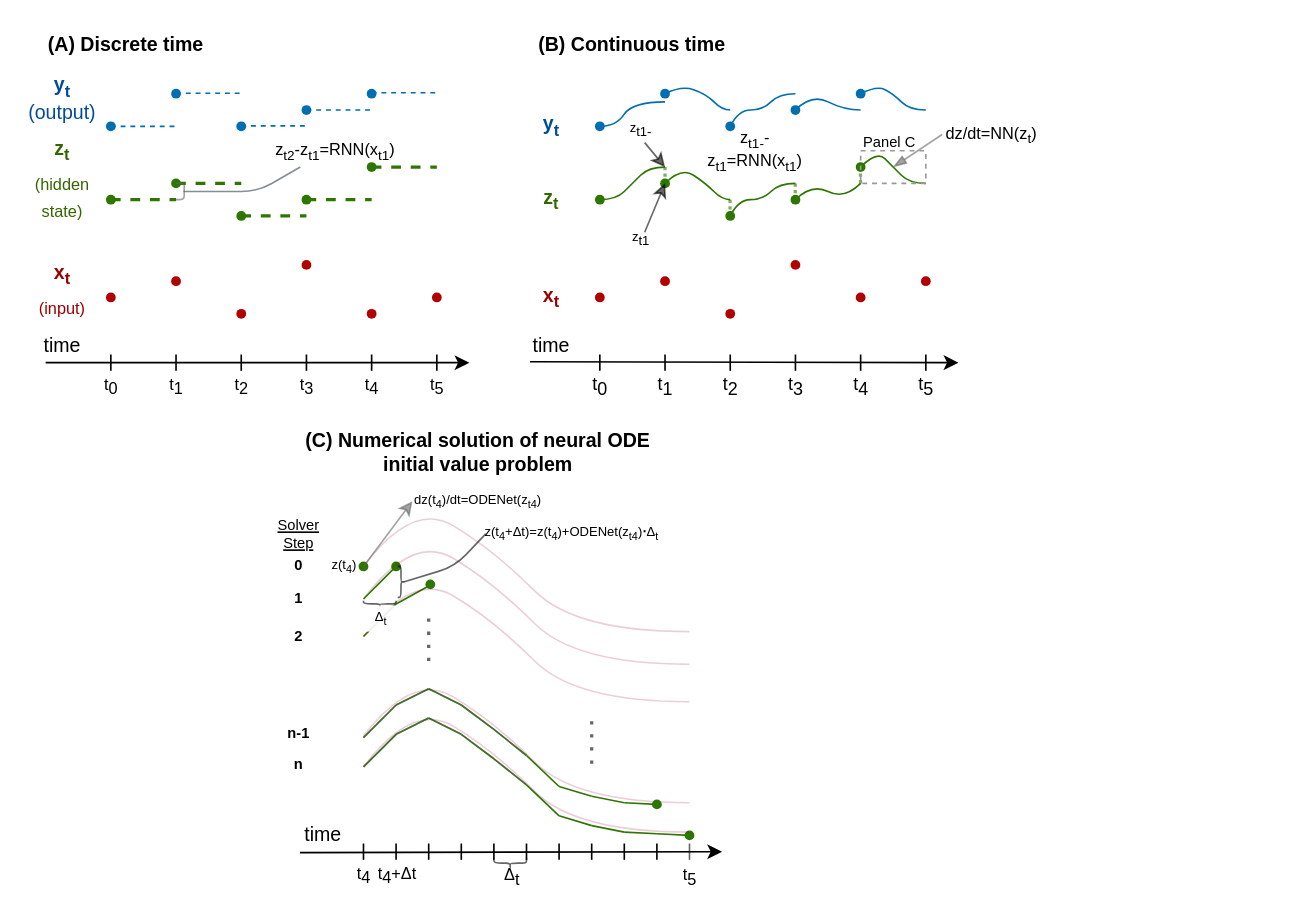
This is graph1.drawio from oizin/links, a draw.io file, before an edit. Source tidied: cells renumbered, new cells numbered last; positions are measured from the earlier drawing's top-left corner, leaving out a move shared by most shapes. Both pictures are drawn from the tidied source at 163%, with x=0, y=0 at pixel (29, 28).
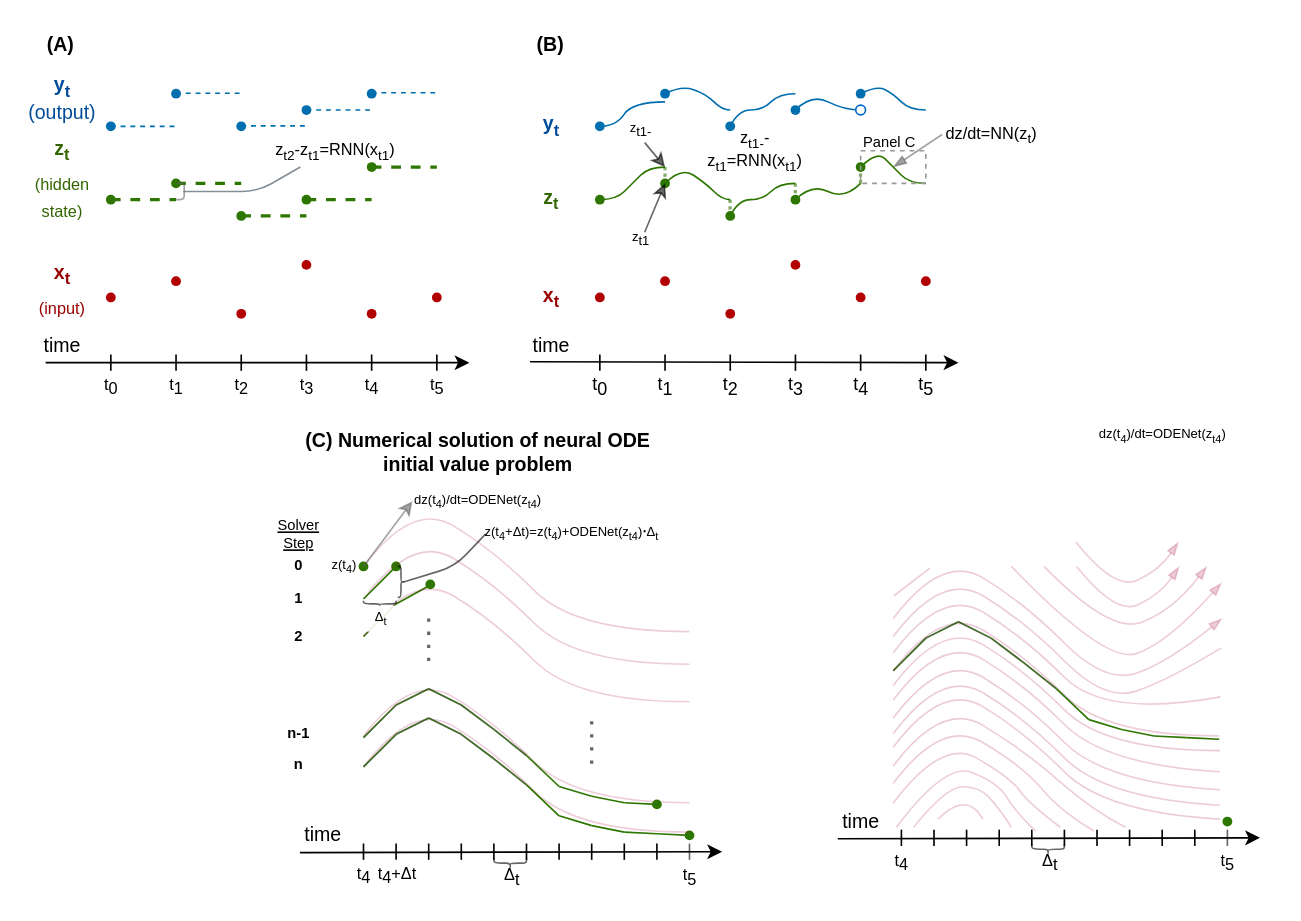
After the change.

Change to the diagram source:
```diff
@@
-    <mxCell id="7" style="endArrow=classic;html=1;endFill=1;exitX=0.25;exitY=1;exitDx=0;exitDy=0;" parent="1" edge="1" source="43">
+    <mxCell id="7" style="endArrow=classic;html=1;endFill=1;exitX=0.25;exitY=1;exitDx=0;exitDy=0;" parent="1" edge="1">
       <mxGeometry relative="1" as="geometry">
+        <mxPoint x="9.5" y="205" as="sourcePoint" />
         <mxPoint x="269.5" y="205" as="targetPoint" />
       </mxGeometry>
     </mxCell>
@@
-    <mxCell id="43" value="time" style="text;html=1;strokeColor=none;fillColor=none;align=center;verticalAlign=middle;whiteSpace=wrap;rounded=0;" parent="1" vertex="1">
-      <mxGeometry x="-0.5" y="185" width="40" height="20" as="geometry" />
-    </mxCell>
@@
-    <mxCell id="183" value="(A) Discrete time" style="text;html=1;strokeColor=none;fillColor=none;align=center;verticalAlign=middle;whiteSpace=wrap;rounded=0;dashed=1;fontSize=12;opacity=90;fontStyle=1;" parent="1" vertex="1">
-      <mxGeometry x="4.5" width="107.5" height="20" as="geometry" />
+    <mxCell id="183" value="(A)" style="text;html=1;strokeColor=none;fillColor=none;align=center;verticalAlign=middle;whiteSpace=wrap;rounded=0;dashed=1;fontSize=12;opacity=90;fontStyle=1;" parent="1" vertex="1">
+      <mxGeometry x="4.5" width="27.5" height="20" as="geometry" />
     </mxCell>
-    <mxCell id="184" value="(B) Continuous time" style="text;html=1;strokeColor=none;fillColor=none;align=center;verticalAlign=middle;whiteSpace=wrap;rounded=0;dashed=1;fontSize=12;opacity=90;fontStyle=1;" parent="1" vertex="1">
-      <mxGeometry x="305.5" width="126.5" height="20" as="geometry" />
+    <mxCell id="184" value="(B)" style="text;html=1;strokeColor=none;fillColor=none;align=center;verticalAlign=middle;whiteSpace=wrap;rounded=0;dashed=1;fontSize=12;opacity=90;fontStyle=1;" parent="1" vertex="1">
+      <mxGeometry x="304.2" width="30.5" height="20" as="geometry" />
     </mxCell>
@@
+    <mxCell id="188" style="ellipse;whiteSpace=wrap;html=1;strokeColor=#0066CC;" parent="1" vertex="1">
+      <mxGeometry x="506.5" y="47" width="6" height="6" as="geometry" />
+    </mxCell>
+    <mxCell id="43" value="time" style="text;html=1;strokeColor=none;fillColor=none;align=center;verticalAlign=middle;whiteSpace=wrap;rounded=0;" parent="1" vertex="1">
+      <mxGeometry x="-0.5" y="185" width="40" height="20" as="geometry" />
+    </mxCell>
+    <mxCell id="189" style="line;strokeWidth=1;direction=south;html=1;" parent="1" vertex="1">
+      <mxGeometry x="529.5" y="491.5" width="10" height="10" as="geometry" />
+    </mxCell>
+    <mxCell id="190" style="endArrow=none;html=1;fontSize=8;fontColor=#000000;strokeWidth=1;opacity=60;" parent="1" edge="1">
+      <mxGeometry relative="1" as="geometry">
+        <mxPoint x="734.5" y="501.5" as="sourcePoint" />
+        <mxPoint x="734.5" y="491.5" as="targetPoint" />
+      </mxGeometry>
+    </mxCell>
+    <mxCell id="191" style="line;strokeWidth=1;direction=south;html=1;" parent="1" vertex="1">
+      <mxGeometry x="549.5" y="491.5" width="10" height="10" as="geometry" />
+    </mxCell>
+    <mxCell id="192" style="line;strokeWidth=1;direction=south;html=1;" parent="1" vertex="1">
+      <mxGeometry x="564.5" y="491.5" width="20" height="10" as="geometry" />
+    </mxCell>
+    <mxCell id="193" style="line;strokeWidth=1;direction=south;html=1;" parent="1" vertex="1">
+      <mxGeometry x="584.5" y="491.5" width="20" height="10" as="geometry" />
+    </mxCell>
+    <mxCell id="194" style="line;strokeWidth=1;direction=south;html=1;" parent="1" vertex="1">
+      <mxGeometry x="604.5" y="491.5" width="20" height="10" as="geometry" />
+    </mxCell>
+    <mxCell id="195" style="line;strokeWidth=1;direction=south;html=1;" parent="1" vertex="1">
+      <mxGeometry x="624.5" y="491.5" width="20" height="10" as="geometry" />
+    </mxCell>
+    <mxCell id="196" style="line;strokeWidth=1;direction=south;html=1;" parent="1" vertex="1">
+      <mxGeometry x="644.5" y="491.5" width="20" height="10" as="geometry" />
+    </mxCell>
+    <mxCell id="197" style="line;strokeWidth=1;direction=south;html=1;" parent="1" vertex="1">
+      <mxGeometry x="664.5" y="491.5" width="20" height="10" as="geometry" />
+    </mxCell>
+    <mxCell id="198" style="line;strokeWidth=1;direction=south;html=1;" parent="1" vertex="1">
+      <mxGeometry x="684.5" y="491.5" width="20" height="10" as="geometry" />
+    </mxCell>
+    <mxCell id="199" style="line;strokeWidth=1;direction=south;html=1;" parent="1" vertex="1">
+      <mxGeometry x="704.5" y="491.5" width="20" height="10" as="geometry" />
+    </mxCell>
+    <mxCell id="200" style="shape=waypoint;sketch=0;fillStyle=solid;size=6;fillColor=#60a917;perimeter=centerPerimeter;fontSize=8;fontColor=#ffffff;strokeWidth=1;strokeColor=#2D7600;" parent="1" vertex="1">
+      <mxGeometry x="714.5" y="466.5" width="40" height="40" as="geometry" />
+    </mxCell>
+    <mxCell id="201" style="shape=curlyBracket;whiteSpace=wrap;html=1;rounded=1;fontSize=8;fontColor=#000000;strokeWidth=1;opacity=60;rotation=-90;" parent="1" vertex="1">
+      <mxGeometry x="621.5" y="493.5" width="6" height="20" as="geometry" />
+    </mxCell>
+    <mxCell id="202" value="&lt;span style=&quot;font-size: 10px;&quot;&gt;Δ&lt;sub style=&quot;font-size: 10px;&quot;&gt;t&lt;/sub&gt;&lt;/span&gt;" style="text;html=1;strokeColor=none;fillColor=none;align=center;verticalAlign=middle;whiteSpace=wrap;rounded=0;fontSize=10;fontColor=#000000;opacity=60;" parent="1" vertex="1">
+      <mxGeometry x="615.5" y="504.5" width="20" height="15" as="geometry" />
+    </mxCell>
+    <mxCell id="203" value="t&lt;sub style=&quot;font-size: 10px;&quot;&gt;4&lt;/sub&gt;" style="text;html=1;strokeColor=none;fillColor=none;align=center;verticalAlign=middle;whiteSpace=wrap;rounded=0;fontSize=10;fontColor=#000000;opacity=60;" parent="1" vertex="1">
+      <mxGeometry x="514.5" y="501.5" width="40" height="20" as="geometry" />
+    </mxCell>
+    <mxCell id="204" value="t&lt;sub style=&quot;font-size: 10px;&quot;&gt;5&lt;/sub&gt;" style="text;html=1;strokeColor=none;fillColor=none;align=center;verticalAlign=middle;whiteSpace=wrap;rounded=0;fontSize=10;fontColor=#000000;opacity=60;" parent="1" vertex="1">
+      <mxGeometry x="714.5" y="502" width="40" height="20" as="geometry" />
+    </mxCell>
+    <mxCell id="205" value="&lt;span&gt;dz&lt;/span&gt;(t&lt;sub&gt;4&lt;/sub&gt;)/dt=&lt;span&gt;ODENet(z&lt;sub&gt;t4&lt;/sub&gt;)&lt;/span&gt;&lt;span class=&quot;ILfuVd&quot;&gt;&lt;span class=&quot;hgKElc&quot;&gt;&lt;/span&gt;&lt;/span&gt;&lt;span&gt;&lt;span&gt;&lt;/span&gt;&lt;/span&gt;" style="text;html=1;strokeColor=none;fillColor=none;align=center;verticalAlign=middle;whiteSpace=wrap;rounded=0;fontSize=8;fontColor=#000000;opacity=60;" parent="1" vertex="1">
+      <mxGeometry x="649.5" y="240" width="90" height="20" as="geometry" />
+    </mxCell>
+    <mxCell id="206" style="curved=1;endArrow=none;html=1;fontSize=8;fontColor=#000000;strokeWidth=1;opacity=20;endFill=0;fillColor=#d80073;strokeColor=#A50040;" parent="1" edge="1">
+      <mxGeometry x="547.5" y="446" as="geometry">
+        <mxPoint x="529.5" y="394" as="sourcePoint" />
+        <mxPoint x="729.5" y="434" as="targetPoint" />
+        <Array as="points">
+          <mxPoint x="559.5" y="354" />
+          <mxPoint x="609.5" y="384" />
+          <mxPoint x="659.5" y="434" />
+        </Array>
+      </mxGeometry>
+    </mxCell>
+    <mxCell id="207" style="endArrow=none;html=1;fontSize=8;fontColor=#000000;strokeWidth=1;opacity=60;" parent="1" edge="1">
+      <mxGeometry x="547.5" y="446" as="geometry">
+        <mxPoint x="529.5" y="394" as="sourcePoint" />
+        <mxPoint x="549.5" y="374" as="targetPoint" />
+      </mxGeometry>
+    </mxCell>
+    <mxCell id="208" style="endArrow=none;html=1;fontSize=8;fontColor=#000000;strokeWidth=1;opacity=60;" parent="1" edge="1">
+      <mxGeometry x="547.5" y="446" as="geometry">
+        <mxPoint x="549.5" y="374" as="sourcePoint" />
+        <mxPoint x="569.5" y="364" as="targetPoint" />
+      </mxGeometry>
+    </mxCell>
+    <mxCell id="209" style="endArrow=none;html=1;fontSize=8;fontColor=#000000;strokeWidth=1;opacity=60;" parent="1" edge="1">
+      <mxGeometry x="547.5" y="446" as="geometry">
+        <mxPoint x="569.5" y="364" as="sourcePoint" />
+        <mxPoint x="589.5" y="374" as="targetPoint" />
+      </mxGeometry>
+    </mxCell>
+    <mxCell id="210" style="endArrow=none;html=1;fontSize=8;fontColor=#000000;strokeWidth=1;opacity=60;" parent="1" edge="1">
+      <mxGeometry x="547.5" y="446" as="geometry">
+        <mxPoint x="589.5" y="374" as="sourcePoint" />
+        <mxPoint x="609.5" y="389" as="targetPoint" />
+      </mxGeometry>
+    </mxCell>
+    <mxCell id="211" style="endArrow=none;html=1;fontSize=8;fontColor=#000000;strokeWidth=1;opacity=60;" parent="1" edge="1">
+      <mxGeometry x="547.5" y="446" as="geometry">
+        <mxPoint x="609.5" y="389" as="sourcePoint" />
+        <mxPoint x="629.5" y="405" as="targetPoint" />
+      </mxGeometry>
+    </mxCell>
+    <mxCell id="212" style="endArrow=none;html=1;fontSize=8;fontColor=#000000;strokeWidth=1;fillColor=#60a917;strokeColor=#2D7600;" parent="1" edge="1">
+      <mxGeometry x="547.5" y="446" as="geometry">
+        <mxPoint x="629.5" y="405" as="sourcePoint" />
+        <mxPoint x="649.5" y="424" as="targetPoint" />
+      </mxGeometry>
+    </mxCell>
+    <mxCell id="213" style="endArrow=none;html=1;fontSize=8;fontColor=#000000;strokeWidth=1;fillColor=#60a917;strokeColor=#2D7600;" parent="1" edge="1">
+      <mxGeometry x="547.5" y="446" as="geometry">
+        <mxPoint x="649.5" y="424" as="sourcePoint" />
+        <mxPoint x="669.5" y="430" as="targetPoint" />
+      </mxGeometry>
+    </mxCell>
+    <mxCell id="214" style="endArrow=none;html=1;fontSize=8;fontColor=#000000;strokeWidth=1;fillColor=#60a917;strokeColor=#2D7600;" parent="1" edge="1">
+      <mxGeometry x="547.5" y="446" as="geometry">
+        <mxPoint x="669.5" y="430" as="sourcePoint" />
+        <mxPoint x="689.5" y="434" as="targetPoint" />
+      </mxGeometry>
+    </mxCell>
+    <mxCell id="215" style="endArrow=none;html=1;fontSize=8;fontColor=#000000;strokeWidth=1;fillColor=#60a917;strokeColor=#2D7600;" parent="1" edge="1">
+      <mxGeometry x="547.5" y="446" as="geometry">
+        <mxPoint x="689.5" y="434" as="sourcePoint" />
+        <mxPoint x="709.5" y="435" as="targetPoint" />
+      </mxGeometry>
+    </mxCell>
+    <mxCell id="216" style="endArrow=none;html=1;fontSize=8;fontColor=#000000;strokeWidth=1;fillColor=#60a917;strokeColor=#2D7600;" parent="1" edge="1">
+      <mxGeometry x="547.5" y="446" as="geometry">
+        <mxPoint x="709.5" y="435" as="sourcePoint" />
+        <mxPoint x="729.5" y="436" as="targetPoint" />
+      </mxGeometry>
+    </mxCell>
+    <mxCell id="217" style="endArrow=none;html=1;fontSize=8;fontColor=#000000;strokeWidth=1;opacity=60;fillColor=#60a917;strokeColor=#2D7600;" parent="1" edge="1">
+      <mxGeometry x="547.5" y="446" as="geometry">
+        <mxPoint x="529.5" y="394" as="sourcePoint" />
+        <mxPoint x="549.5" y="374" as="targetPoint" />
+      </mxGeometry>
+    </mxCell>
+    <mxCell id="218" style="endArrow=none;html=1;fontSize=8;fontColor=#000000;strokeWidth=1;opacity=60;fillColor=#60a917;strokeColor=#2D7600;" parent="1" edge="1">
+      <mxGeometry x="547.5" y="446" as="geometry">
+        <mxPoint x="549.5" y="374" as="sourcePoint" />
+        <mxPoint x="569.5" y="364" as="targetPoint" />
+      </mxGeometry>
+    </mxCell>
+    <mxCell id="219" style="endArrow=none;html=1;fontSize=8;fontColor=#000000;strokeWidth=1;opacity=60;fillColor=#60a917;strokeColor=#2D7600;" parent="1" edge="1">
+      <mxGeometry x="547.5" y="446" as="geometry">
+        <mxPoint x="569.5" y="364" as="sourcePoint" />
+        <mxPoint x="589.5" y="374" as="targetPoint" />
+      </mxGeometry>
+    </mxCell>
+    <mxCell id="220" style="endArrow=none;html=1;fontSize=8;fontColor=#000000;strokeWidth=1;opacity=60;fillColor=#60a917;strokeColor=#2D7600;" parent="1" edge="1">
+      <mxGeometry x="547.5" y="446" as="geometry">
+        <mxPoint x="589.5" y="374" as="sourcePoint" />
+        <mxPoint x="609.5" y="389" as="targetPoint" />
+      </mxGeometry>
+    </mxCell>
+    <mxCell id="221" style="endArrow=none;html=1;fontSize=8;fontColor=#000000;strokeWidth=1;opacity=60;fillColor=#60a917;strokeColor=#2D7600;" parent="1" edge="1">
+      <mxGeometry x="547.5" y="446" as="geometry">
+        <mxPoint x="609.5" y="389" as="sourcePoint" />
+        <mxPoint x="629.5" y="405" as="targetPoint" />
+      </mxGeometry>
+    </mxCell>
+    <mxCell id="222" style="endArrow=classic;html=1;endFill=1;exitX=0.15;exitY=1.029;exitDx=0;exitDy=0;exitPerimeter=0;" parent="1" edge="1" source="223">
+      <mxGeometry relative="1" as="geometry">
+        <mxPoint x="754.5" y="496.5" as="targetPoint" />
+      </mxGeometry>
+    </mxCell>
+    <mxCell id="223" value="time" style="text;html=1;strokeColor=none;fillColor=none;align=center;verticalAlign=middle;whiteSpace=wrap;rounded=0;" parent="1" vertex="1">
+      <mxGeometry x="489.5" y="476.5" width="40" height="20" as="geometry" />
+    </mxCell>
+    <mxCell id="224" style="curved=1;endArrow=none;html=1;fontSize=8;fontColor=#000000;strokeWidth=1;opacity=20;endFill=0;fillColor=#d80073;strokeColor=#A50040;" parent="1" edge="1">
+      <mxGeometry x="547.5" y="455" as="geometry">
+        <mxPoint x="529.5" y="403" as="sourcePoint" />
+        <mxPoint x="730" y="443" as="targetPoint" />
+        <Array as="points">
+          <mxPoint x="559.5" y="363" />
+          <mxPoint x="609.5" y="393" />
+          <mxPoint x="659.5" y="443" />
+        </Array>
+      </mxGeometry>
+    </mxCell>
+    <mxCell id="225" style="curved=1;endArrow=none;html=1;fontSize=8;fontColor=#000000;strokeWidth=1;opacity=20;endFill=0;fillColor=#d80073;strokeColor=#A50040;" parent="1" edge="1">
+      <mxGeometry x="547.5" y="464" as="geometry">
+        <mxPoint x="529.5" y="412" as="sourcePoint" />
+        <mxPoint x="730" y="456" as="targetPoint" />
+        <Array as="points">
+          <mxPoint x="559.5" y="372" />
+          <mxPoint x="609.5" y="402" />
+          <mxPoint x="659.5" y="452" />
+        </Array>
+      </mxGeometry>
+    </mxCell>
+    <mxCell id="226" style="curved=1;endArrow=none;html=1;fontSize=8;fontColor=#000000;strokeWidth=1;opacity=20;endFill=0;fillColor=#d80073;strokeColor=#A50040;" parent="1" edge="1">
+      <mxGeometry x="547.5" y="435" as="geometry">
+        <mxPoint x="529.5" y="383" as="sourcePoint" />
+        <mxPoint x="730.2" y="410" as="targetPoint" />
+        <Array as="points">
+          <mxPoint x="559.5" y="343" />
+          <mxPoint x="609.5" y="373" />
+          <mxPoint x="659.5" y="423" />
+        </Array>
+      </mxGeometry>
+    </mxCell>
+    <mxCell id="227" style="curved=1;endArrow=none;html=1;fontSize=8;fontColor=#000000;strokeWidth=1;opacity=20;endFill=0;fillColor=#d80073;strokeColor=#A50040;" parent="1" edge="1">
+      <mxGeometry x="547.5" y="425" as="geometry">
+        <mxPoint x="529.5" y="373" as="sourcePoint" />
+        <mxPoint x="730.8" y="380" as="targetPoint" />
+        <Array as="points">
+          <mxPoint x="559.5" y="333" />
+          <mxPoint x="609.5" y="363" />
+          <mxPoint x="659.5" y="413" />
+          <mxPoint x="697.8" y="400" />
+        </Array>
+      </mxGeometry>
+    </mxCell>
+    <mxCell id="228" style="curved=1;endArrow=blockThin;html=1;fontSize=8;fontColor=#000000;strokeWidth=1;opacity=20;endFill=1;fillColor=#d80073;strokeColor=#A50040;" parent="1" edge="1">
+      <mxGeometry x="547.5" y="414" as="geometry">
+        <mxPoint x="529.5" y="362" as="sourcePoint" />
+        <mxPoint x="731.2" y="362" as="targetPoint" />
+        <Array as="points">
+          <mxPoint x="559.5" y="322" />
+          <mxPoint x="609.5" y="352" />
+          <mxPoint x="659.5" y="402" />
+          <mxPoint x="697.8" y="389" />
+        </Array>
+      </mxGeometry>
+    </mxCell>
+    <mxCell id="229" style="curved=1;endArrow=none;html=1;fontSize=8;fontColor=#000000;strokeWidth=1;opacity=20;endFill=0;fillColor=#d80073;strokeColor=#A50040;" parent="1" edge="1">
+      <mxGeometry x="547.5" y="475" as="geometry">
+        <mxPoint x="529.5" y="423" as="sourcePoint" />
+        <mxPoint x="730" y="467" as="targetPoint" />
+        <Array as="points">
+          <mxPoint x="559.5" y="383" />
+          <mxPoint x="609.5" y="413" />
+          <mxPoint x="659.5" y="463" />
+        </Array>
+      </mxGeometry>
+    </mxCell>
+    <mxCell id="230" style="curved=1;endArrow=none;html=1;fontSize=8;fontColor=#000000;strokeWidth=1;opacity=20;endFill=0;fillColor=#d80073;strokeColor=#A50040;" parent="1" edge="1">
+      <mxGeometry x="547.5" y="484.5" as="geometry">
+        <mxPoint x="529.5" y="432.5" as="sourcePoint" />
+        <mxPoint x="730" y="476.5" as="targetPoint" />
+        <Array as="points">
+          <mxPoint x="559.5" y="392.5" />
+          <mxPoint x="609.5" y="422.5" />
+          <mxPoint x="659.5" y="472.5" />
+        </Array>
+      </mxGeometry>
+    </mxCell>
+    <mxCell id="231" style="curved=1;endArrow=none;html=1;fontSize=8;fontColor=#000000;strokeWidth=1;opacity=20;endFill=0;fillColor=#d80073;strokeColor=#A50040;" parent="1" edge="1">
+      <mxGeometry x="547.5" y="493" as="geometry">
+        <mxPoint x="529.5" y="441" as="sourcePoint" />
+        <mxPoint x="730" y="485" as="targetPoint" />
+        <Array as="points">
+          <mxPoint x="559.5" y="401" />
+          <mxPoint x="609.5" y="431" />
+          <mxPoint x="659.5" y="481" />
+        </Array>
+      </mxGeometry>
+    </mxCell>
+    <mxCell id="232" style="curved=1;endArrow=none;html=1;fontSize=8;fontColor=#000000;strokeWidth=1;opacity=20;endFill=0;fillColor=#d80073;strokeColor=#A50040;" parent="1" edge="1">
+      <mxGeometry x="547.5" y="504.5" as="geometry">
+        <mxPoint x="529.5" y="452.5" as="sourcePoint" />
+        <mxPoint x="672" y="490" as="targetPoint" />
+        <Array as="points">
+          <mxPoint x="559.5" y="412.5" />
+          <mxPoint x="609.5" y="442.5" />
+          <mxPoint x="652" y="480" />
+        </Array>
+      </mxGeometry>
+    </mxCell>
+    <mxCell id="233" style="curved=1;endArrow=none;html=1;fontSize=8;fontColor=#000000;strokeWidth=1;opacity=20;endFill=0;fillColor=#d80073;strokeColor=#A50040;entryX=0.078;entryY=0.594;entryDx=0;entryDy=0;entryPerimeter=0;" parent="1" edge="1" target="196">
+      <mxGeometry x="547.5" y="515" as="geometry">
+        <mxPoint x="529.5" y="463" as="sourcePoint" />
+        <Array as="points">
+          <mxPoint x="559.5" y="423" />
+          <mxPoint x="609.5" y="453" />
+          <mxPoint x="632" y="480" />
+        </Array>
+      </mxGeometry>
+    </mxCell>
+    <mxCell id="234" style="curved=1;endArrow=none;html=1;fontSize=8;fontColor=#000000;strokeWidth=1;opacity=20;endFill=0;fillColor=#d80073;strokeColor=#A50040;" parent="1" edge="1">
+      <mxGeometry x="547.5" y="527.2" as="geometry">
+        <mxPoint x="529.5" y="475.2" as="sourcePoint" />
+        <mxPoint x="632" y="490" as="targetPoint" />
+        <Array as="points">
+          <mxPoint x="559.5" y="435.2" />
+          <mxPoint x="602" y="460" />
+          <mxPoint x="612" y="475" />
+        </Array>
+      </mxGeometry>
+    </mxCell>
+    <mxCell id="235" style="curved=1;endArrow=none;html=1;fontSize=8;fontColor=#000000;strokeWidth=1;opacity=20;endFill=0;fillColor=#d80073;strokeColor=#A50040;entryX=0.078;entryY=0.384;entryDx=0;entryDy=0;entryPerimeter=0;" parent="1" edge="1" target="194">
+      <mxGeometry x="549.5" y="542" as="geometry">
+        <mxPoint x="531.5" y="490" as="sourcePoint" />
+        <Array as="points">
+          <mxPoint x="561.5" y="450" />
+          <mxPoint x="594" y="462.8" />
+          <mxPoint x="604" y="480" />
+        </Array>
+      </mxGeometry>
+    </mxCell>
+    <mxCell id="236" style="curved=1;endArrow=none;html=1;fontSize=8;fontColor=#000000;strokeWidth=1;opacity=20;endFill=0;fillColor=#d80073;strokeColor=#A50040;" parent="1" edge="1">
+      <mxGeometry x="549.8" y="557.4" as="geometry">
+        <mxPoint x="542" y="490" as="sourcePoint" />
+        <mxPoint x="602" y="490" as="targetPoint" />
+        <Array as="points">
+          <mxPoint x="561.8" y="465.4" />
+          <mxPoint x="582" y="465" />
+          <mxPoint x="594.3" y="478.1" />
+        </Array>
+      </mxGeometry>
+    </mxCell>
+    <mxCell id="237" style="curved=1;endArrow=none;html=1;fontSize=8;fontColor=#000000;strokeWidth=1;opacity=20;endFill=0;fillColor=#d80073;strokeColor=#A50040;" parent="1" edge="1">
+      <mxGeometry x="554.8" y="564.4" as="geometry">
+        <mxPoint x="557" y="485" as="sourcePoint" />
+        <mxPoint x="584.5" y="485" as="targetPoint" />
+        <Array as="points">
+          <mxPoint x="574.5" y="467.4" />
+        </Array>
+      </mxGeometry>
+    </mxCell>
+    <mxCell id="238" style="curved=1;endArrow=blockThin;html=1;fontSize=8;fontColor=#000000;strokeWidth=1;opacity=20;endFill=1;fillColor=#d80073;strokeColor=#A50040;" parent="1" edge="1">
+      <mxGeometry x="547.5" y="402" as="geometry">
+        <mxPoint x="602" y="330" as="sourcePoint" />
+        <mxPoint x="731" y="340" as="targetPoint" />
+        <Array as="points">
+          <mxPoint x="659.5" y="390" />
+          <mxPoint x="697.8" y="377" />
+        </Array>
+      </mxGeometry>
+    </mxCell>
+    <mxCell id="239" style="curved=1;endArrow=none;html=1;fontSize=8;fontColor=#000000;strokeWidth=1;opacity=20;endFill=0;fillColor=#d80073;strokeColor=#A50040;" parent="1" edge="1">
+      <mxGeometry x="527.3" y="427.6" as="geometry">
+        <mxPoint x="530" y="348" as="sourcePoint" />
+        <mxPoint x="552" y="331" as="targetPoint" />
+      </mxGeometry>
+    </mxCell>
+    <mxCell id="240" style="curved=1;endArrow=blockThin;html=1;fontSize=8;fontColor=#000000;strokeWidth=1;opacity=20;endFill=1;fillColor=#d80073;strokeColor=#A50040;" parent="1" edge="1">
+      <mxGeometry x="550" y="383" as="geometry">
+        <mxPoint x="622" y="330" as="sourcePoint" />
+        <mxPoint x="722" y="330" as="targetPoint" />
+        <Array as="points">
+          <mxPoint x="662" y="371" />
+          <mxPoint x="700.2" y="358" />
+        </Array>
+      </mxGeometry>
+    </mxCell>
+    <mxCell id="241" style="curved=1;endArrow=blockThin;html=1;fontSize=8;fontColor=#000000;strokeWidth=1;opacity=20;endFill=1;fillColor=#d80073;strokeColor=#A50040;" parent="1" edge="1">
+      <mxGeometry x="554" y="372" as="geometry">
+        <mxPoint x="642" y="330" as="sourcePoint" />
+        <mxPoint x="705" y="330" as="targetPoint" />
+        <Array as="points">
+          <mxPoint x="666" y="360" />
+          <mxPoint x="693.5" y="347" />
+        </Array>
+      </mxGeometry>
+    </mxCell>
+    <mxCell id="242" style="curved=1;endArrow=blockThin;html=1;fontSize=8;fontColor=#000000;strokeWidth=1;opacity=20;endFill=1;fillColor=#d80073;strokeColor=#A50040;" parent="1" edge="1">
+      <mxGeometry x="553.5" y="357" as="geometry">
+        <mxPoint x="641.5" y="315" as="sourcePoint" />
+        <mxPoint x="704.5" y="315" as="targetPoint" />
+        <Array as="points">
+          <mxPoint x="665.5" y="345" />
+          <mxPoint x="693" y="332" />
+        </Array>
+      </mxGeometry>
+    </mxCell>
```
